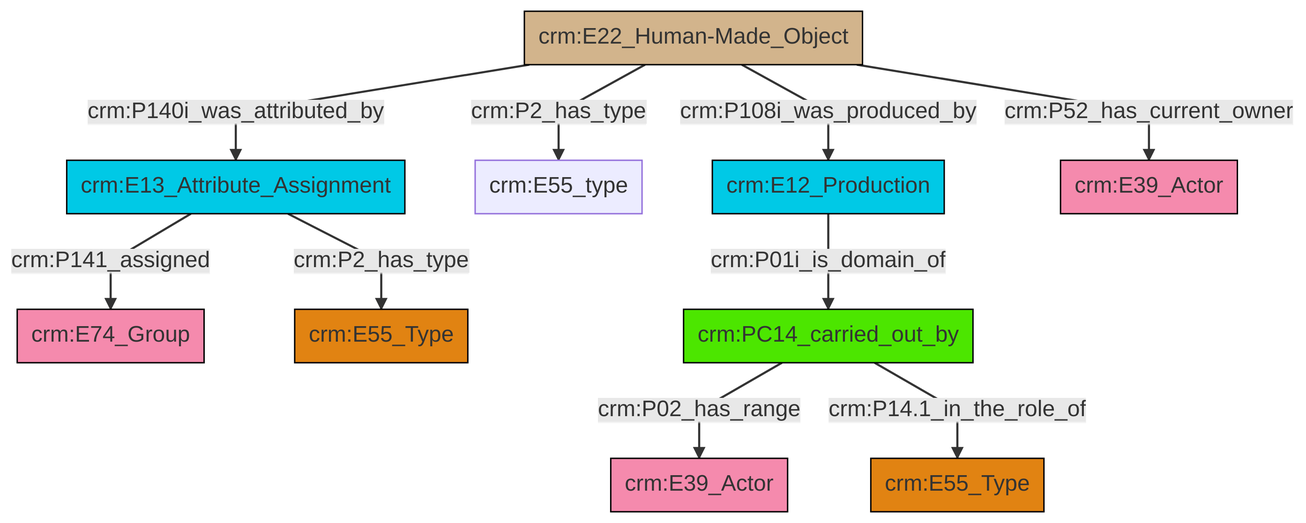
The Mermaid diagram et/builtWorkCSV/ttl/mmd/png/Built_Work_actor_relations.png in swiss-art-research-net/docs.swissartresearch, before a commit. Its source is kept beside it as et/builtWorkCSV/ttl/mmd/Built_Work_actor_relations.ttl.mmd.
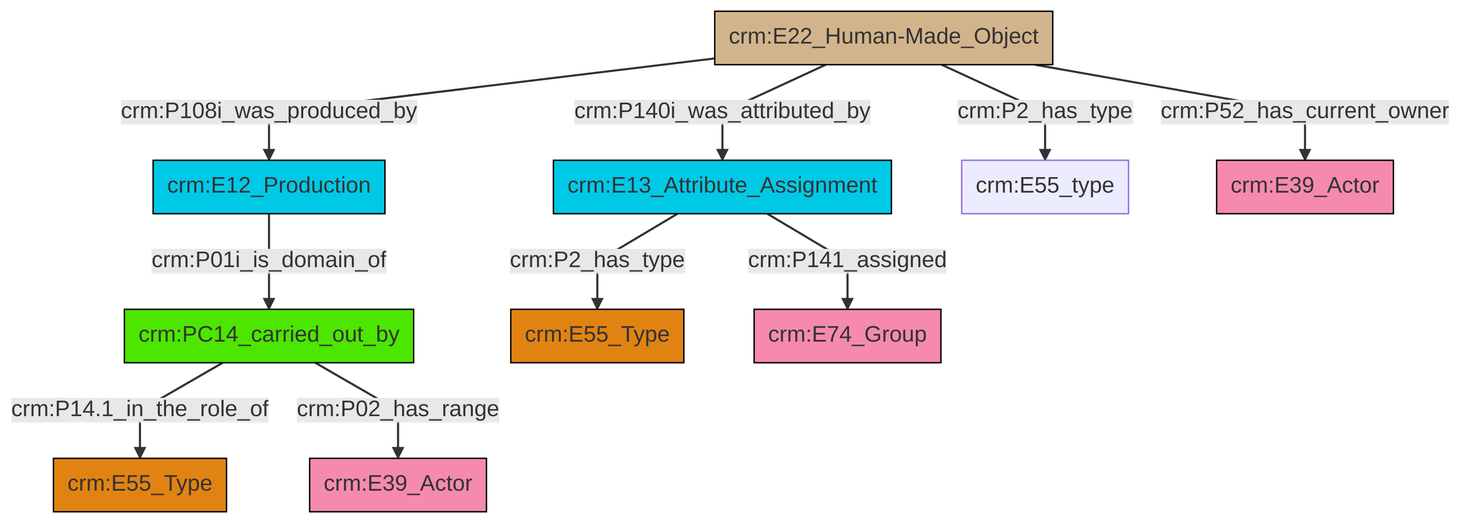
After the commit.

The edit, as a diff of the source:
```diff
@@ -13,12 +13,12 @@
 classDef PC_Classes fill:#4ce600, stroke:#000000;
 classDef Multi fill:#cccccc,stroke:#000000;
 
-0["crm:E13_Attribute_Assignment"]:::Temporal_Entity -->|crm:P141_assigned| 1["crm:E74_Group"]:::Actor
-2["crm:E22_Human-Made_Object"]:::Physical_Thing -->|crm:P140i_was_attributed_by| 0["crm:E13_Attribute_Assignment"]:::Temporal_Entity
-0["crm:E13_Attribute_Assignment"]:::Temporal_Entity -->|crm:P2_has_type| 8["crm:E55_Type"]:::Type
-9["crm:PC14_carried_out_by"]:::PC_Classes -->|crm:P02_has_range| 3["crm:E39_Actor"]:::Actor
-2["crm:E22_Human-Made_Object"]:::Physical_Thing -->|crm:P2_has_type| 10["crm:E55_type"]:::Default
-9["crm:PC14_carried_out_by"]:::PC_Classes -->|crm:P14.1_in_the_role_of| 5["crm:E55_Type"]:::Type
-2["crm:E22_Human-Made_Object"]:::Physical_Thing -->|crm:P52_has_current_owner| 16["crm:E39_Actor"]:::Actor
-2["crm:E22_Human-Made_Object"]:::Physical_Thing -->|crm:P108i_was_produced_by| 13["crm:E12_Production"]:::Temporal_Entity
-13["crm:E12_Production"]:::Temporal_Entity -->|crm:P01i_is_domain_of| 9["crm:PC14_carried_out_by"]:::PC_Classes
+2["crm:E12_Production"]:::Temporal_Entity -->|crm:P01i_is_domain_of| 3["crm:PC14_carried_out_by"]:::PC_Classes
+6["crm:E22_Human-Made_Object"]:::Physical_Thing -->|crm:P2_has_type| 7["crm:E55_type"]:::Default
+3["crm:PC14_carried_out_by"]:::PC_Classes -->|crm:P14.1_in_the_role_of| 8["crm:E55_Type"]:::Type
+3["crm:PC14_carried_out_by"]:::PC_Classes -->|crm:P02_has_range| 0["crm:E39_Actor"]:::Actor
+6["crm:E22_Human-Made_Object"]:::Physical_Thing -->|crm:P52_has_current_owner| 9["crm:E39_Actor"]:::Actor
+6["crm:E22_Human-Made_Object"]:::Physical_Thing -->|crm:P108i_was_produced_by| 2["crm:E12_Production"]:::Temporal_Entity
+6["crm:E22_Human-Made_Object"]:::Physical_Thing -->|crm:P140i_was_attributed_by| 4["crm:E13_Attribute_Assignment"]:::Temporal_Entity
+4["crm:E13_Attribute_Assignment"]:::Temporal_Entity -->|crm:P2_has_type| 10["crm:E55_Type"]:::Type
+4["crm:E13_Attribute_Assignment"]:::Temporal_Entity -->|crm:P141_assigned| 14["crm:E74_Group"]:::Actor
```
